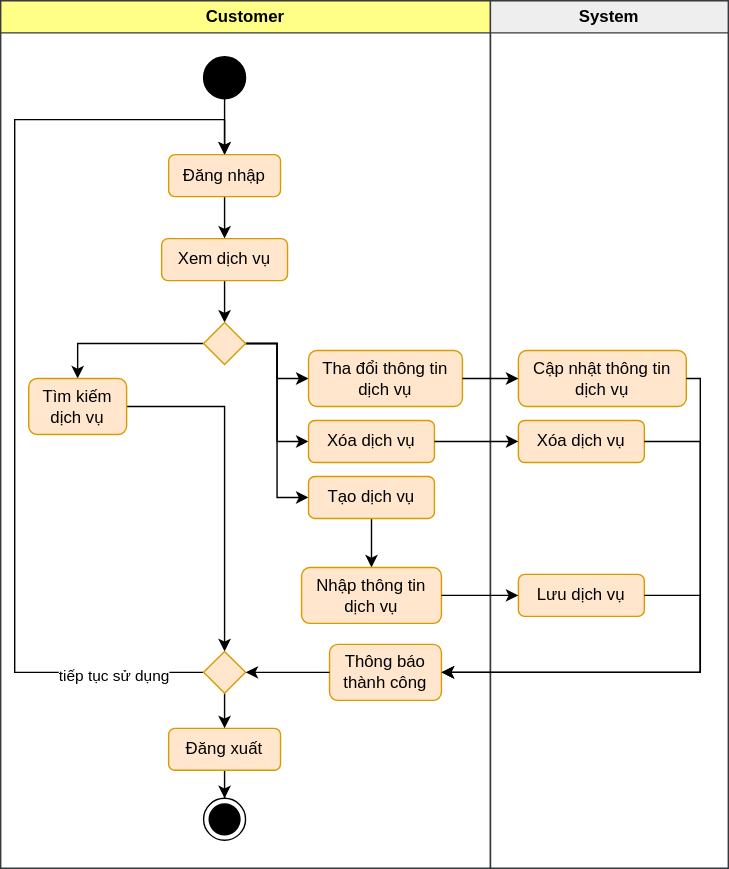
Above: docs/attachments/quy-trinh-quan-ly-dich-vu.svg in tozydev/virgo-14 (draw.io), before the change. Source tidied: cells renumbered, new cells last; positions are measured from the earlier drawing's top-left corner, leaving out a move shared by most shapes.
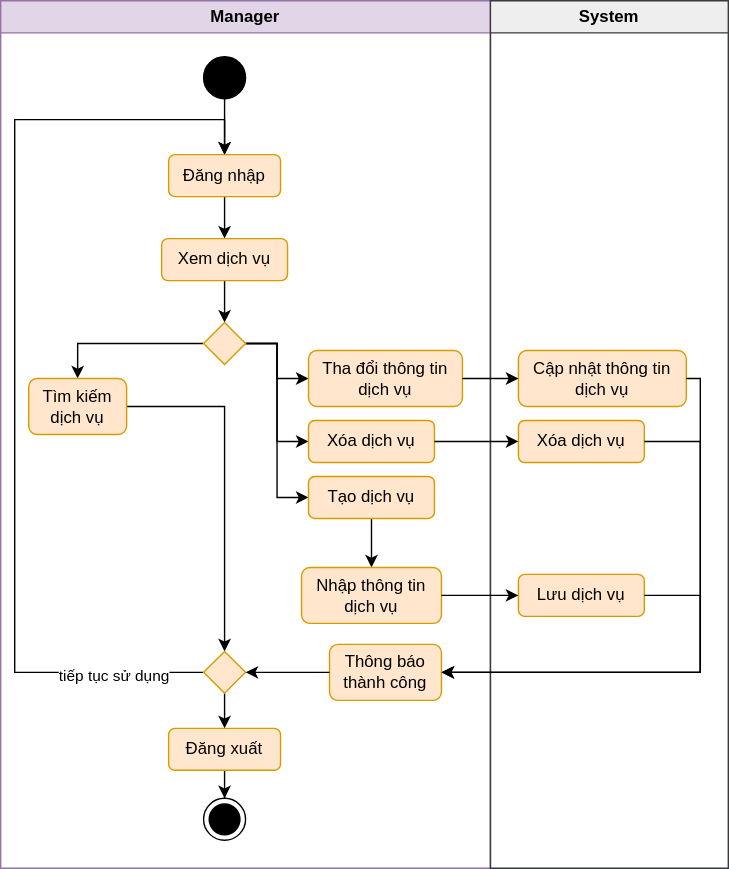
After the commit.

Change to the diagram source:
```diff
@@ -2,7 +2,7 @@
   <root>
     <mxCell id="0" />
     <mxCell id="1" parent="0" />
-    <mxCell id="2" value="Customer" style="swimlane;whiteSpace=wrap;html=1;fillColor=#ffff88;strokeColor=#36393d;" parent="1" vertex="1">
+    <mxCell id="2" value="Manager" style="swimlane;whiteSpace=wrap;html=1;fillColor=#e1d5e7;strokeColor=#9673a6;" parent="1" vertex="1">
       <mxGeometry width="350" height="620" as="geometry" />
     </mxCell>
     <mxCell id="3" style="edgeStyle=orthogonalEdgeStyle;rounded=0;jettySize=auto;html=1;" parent="2" edge="1" source="4" target="6">
```
